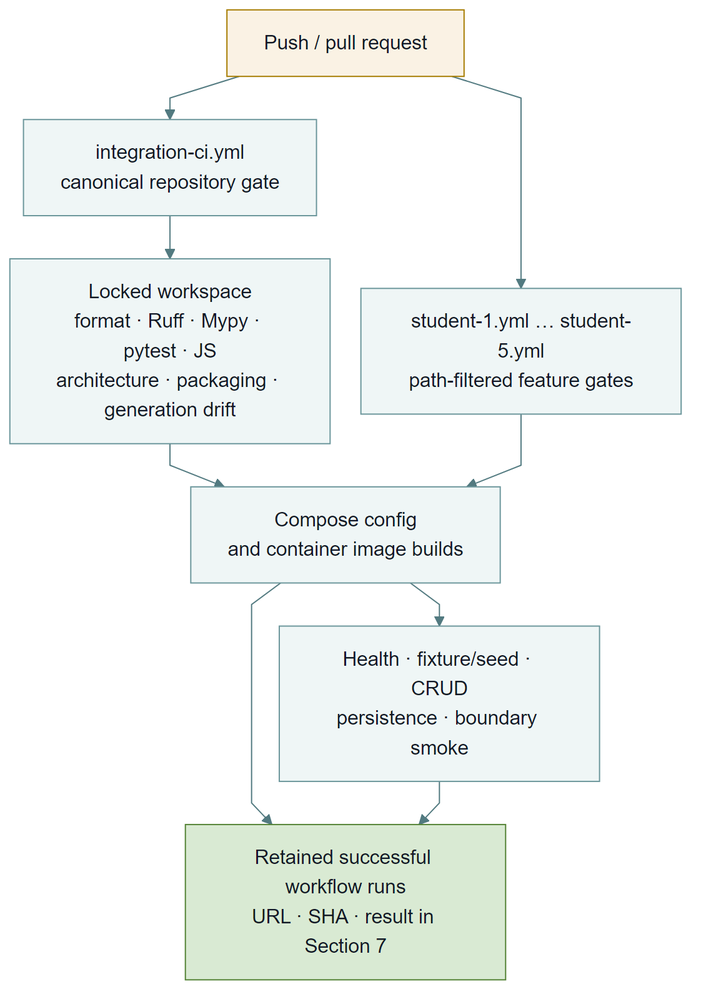
Before: docs/reports/assets/release-0/devops-pipeline.png, a diagram exported from Mermaid (MattShelton04/41026ASDProject). Its source is kept beside it as docs/reports/diagrams/release-0/devops-pipeline.mmd.
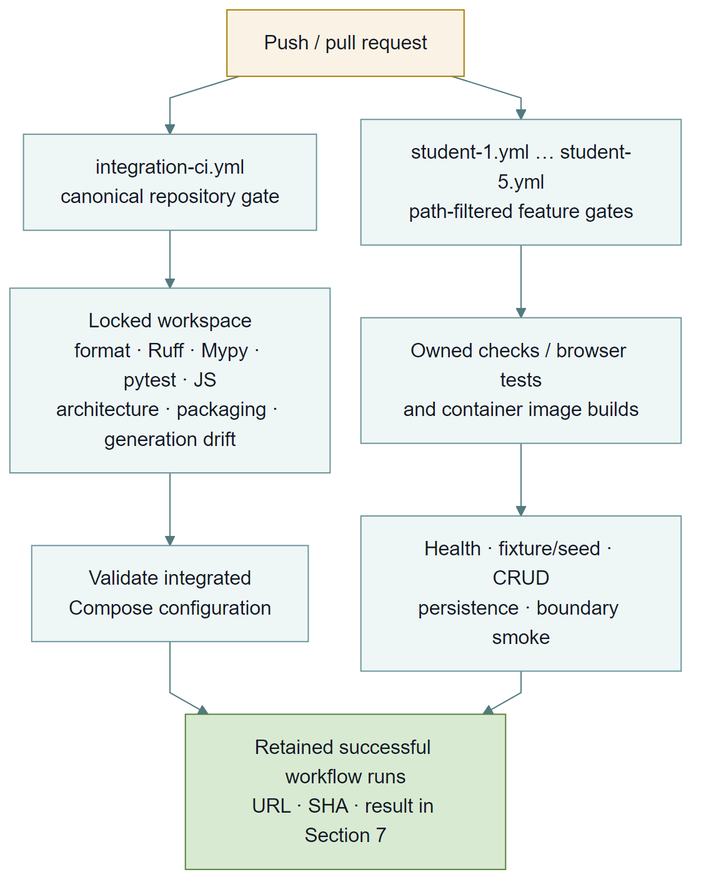
Above is the later version.

Change to the diagram source:
```diff
@@ -5,16 +5,17 @@
     students["student-1.yml … student-5.yml<br/>path-filtered feature gates"]
 
     quality["Locked workspace<br/>format · Ruff · Mypy · pytest · JS<br/>architecture · packaging · generation drift"]
-    compose["Compose config<br/>and container image builds"]
+    compose["Validate integrated<br/>Compose configuration"]
+    builds["Owned checks / browser tests<br/>and container image builds"]
     smoke["Health · fixture/seed · CRUD<br/>persistence · boundary smoke"]
     evidence["Retained successful workflow runs<br/>URL · SHA · result in Section 7"]
 
     change --> integration --> quality --> compose --> evidence
-    change --> students --> compose --> smoke --> evidence
+    change --> students --> builds --> smoke --> evidence
 
     classDef trigger fill:#faf2e4,stroke:#a67c00,color:#111827;
     classDef gate fill:#eff6f6,stroke:#6b969b,color:#111827;
     classDef proof fill:#d9ead3,stroke:#548235,color:#111827;
     class change trigger;
-    class integration,students,quality,compose,smoke gate;
+    class integration,students,quality,compose,builds,smoke gate;
     class evidence proof;
```
